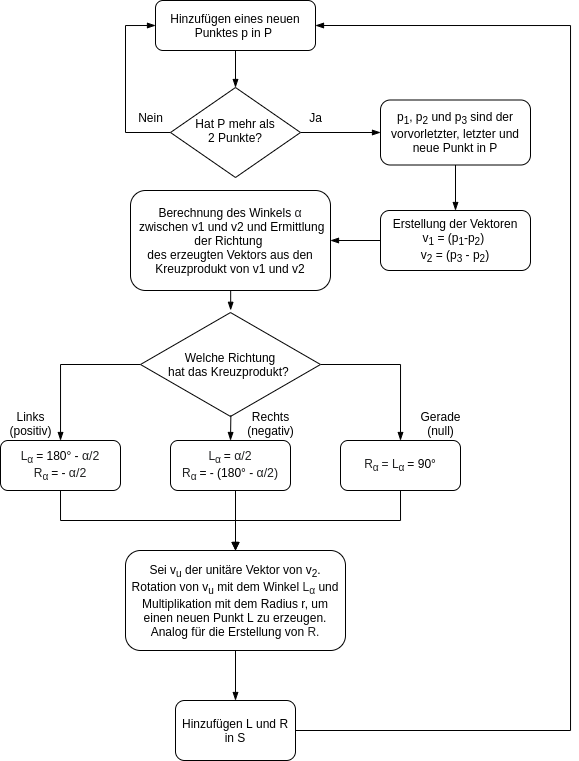
Above: docs/img/line.png in hvlds/kurve (draw.io), before the change. Source tidied: cells renumbered, new cells last; positions are measured from the earlier drawing's top-left corner, leaving out a move shared by most shapes.
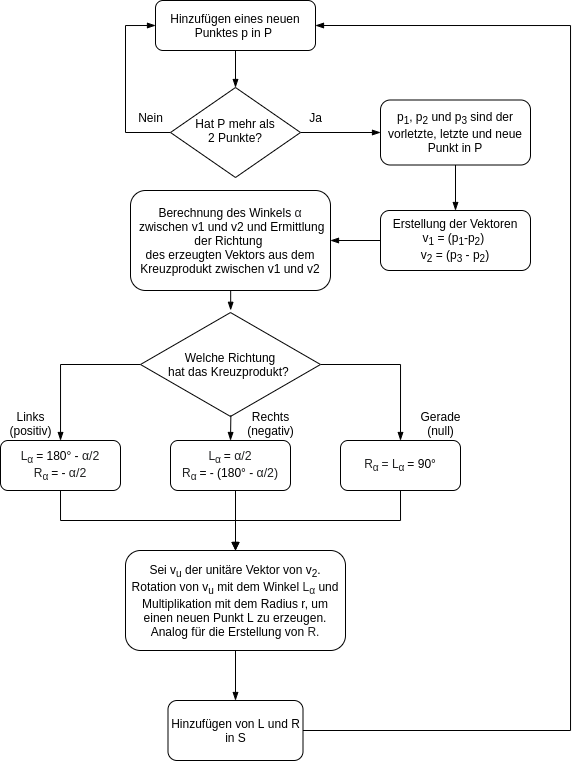
The same file after the commit.

Change to the diagram source:
```diff
@@ -25,7 +25,7 @@
     <mxCell id="7" style="edgeStyle=orthogonalEdgeStyle;rounded=0;jettySize=auto;html=1;exitX=0.5;exitY=1;exitDx=0;exitDy=0;endArrow=blockThin;endFill=1;" parent="1" edge="1" source="8" target="12">
       <mxGeometry relative="1" as="geometry" />
     </mxCell>
-    <mxCell id="8" value="p&lt;sub&gt;1&lt;/sub&gt;, p&lt;sub&gt;2&lt;/sub&gt;&amp;nbsp;und p&lt;sub&gt;3&lt;/sub&gt;&amp;nbsp;sind der vorvorletzter,&amp;nbsp;letzter und neue Punkt in P" style="rounded=1;whiteSpace=wrap;html=1;" parent="1" vertex="1">
+    <mxCell id="8" value="p&lt;sub&gt;1&lt;/sub&gt;, p&lt;sub&gt;2&lt;/sub&gt;&amp;nbsp;und p&lt;sub&gt;3&lt;/sub&gt;&amp;nbsp;sind der vorletzte,&amp;nbsp;letzte und neue Punkt in P" style="rounded=1;whiteSpace=wrap;html=1;" parent="1" vertex="1">
       <mxGeometry x="380" y="99.5" width="150" height="65" as="geometry" />
     </mxCell>
     <mxCell id="9" value="Ja" style="text;html=1;align=center;verticalAlign=middle;" parent="1" vertex="1">
@@ -43,7 +43,7 @@
     <mxCell id="13" style="edgeStyle=orthogonalEdgeStyle;rounded=0;jettySize=auto;html=1;endArrow=blockThin;endFill=1;exitX=0.481;exitY=0.998;exitDx=0;exitDy=0;exitPerimeter=0;entryX=0.501;entryY=-0.002;entryDx=0;entryDy=0;entryPerimeter=0;" parent="1" edge="1" source="14" target="17">
       <mxGeometry relative="1" as="geometry" />
     </mxCell>
-    <mxCell id="14" value="Berechnung des Winkels&amp;nbsp;&lt;span style=&quot;color: rgb(32 , 33 , 34) ; font-family: sans-serif ; font-size: 12.32px ; text-align: left&quot;&gt;α&lt;/span&gt;&lt;br&gt;&amp;nbsp;zwischen v1 und v2 und Ermittlung der Richtung&amp;nbsp;&lt;br&gt;des erzeugten Vektors aus den Kreuzprodukt von v1 und v2" style="rounded=1;whiteSpace=wrap;html=1;" parent="1" vertex="1">
+    <mxCell id="14" value="Berechnung des Winkels&amp;nbsp;&lt;span style=&quot;color: rgb(32 , 33 , 34) ; font-family: sans-serif ; font-size: 12.32px ; text-align: left&quot;&gt;α&lt;/span&gt;&lt;br&gt;&amp;nbsp;zwischen v1 und v2 und Ermittlung der Richtung&amp;nbsp;&lt;br&gt;des erzeugten Vektors aus dem Kreuzprodukt zwischen v1 und v2" style="rounded=1;whiteSpace=wrap;html=1;" parent="1" vertex="1">
       <mxGeometry x="130" y="190" width="200" height="100" as="geometry" />
     </mxCell>
     <mxCell id="15" style="edgeStyle=orthogonalEdgeStyle;rounded=0;jettySize=auto;html=1;endArrow=blockThin;endFill=1;" parent="1" edge="1" source="17" target="19">
@@ -105,8 +105,8 @@
         <mxPoint x="230" y="440" as="targetPoint" />
       </mxGeometry>
     </mxCell>
-    <mxCell id="31" value="Hinzufügen L und R in S" style="rounded=1;whiteSpace=wrap;html=1;" parent="1" vertex="1">
-      <mxGeometry x="175" y="700" width="120" height="60" as="geometry" />
+    <mxCell id="31" value="Hinzufügen von L und R in S" style="rounded=1;whiteSpace=wrap;html=1;" parent="1" vertex="1">
+      <mxGeometry x="167.5" y="700" width="135" height="60" as="geometry" />
     </mxCell>
   </root>
 </mxGraphModel>
```
